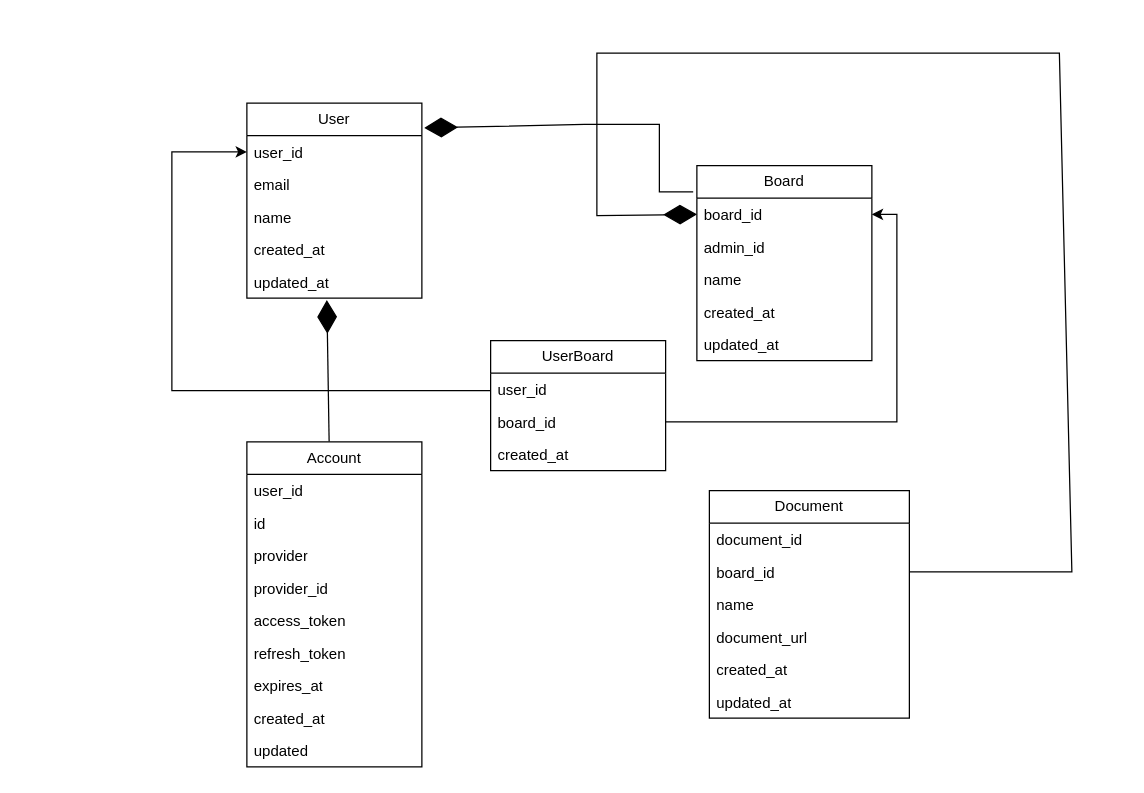
AyushMainali123/studysync keeps this draw.io diagram as db-diagram.drawio. Above is the earlier version. Source tidied: cells renumbered, new cells numbered last; positions are measured from the earlier drawing's top-left corner, leaving out a move shared by most shapes. Both pictures are drawn from the tidied source at 125%, with x=0, y=0 at pixel (171, 52).
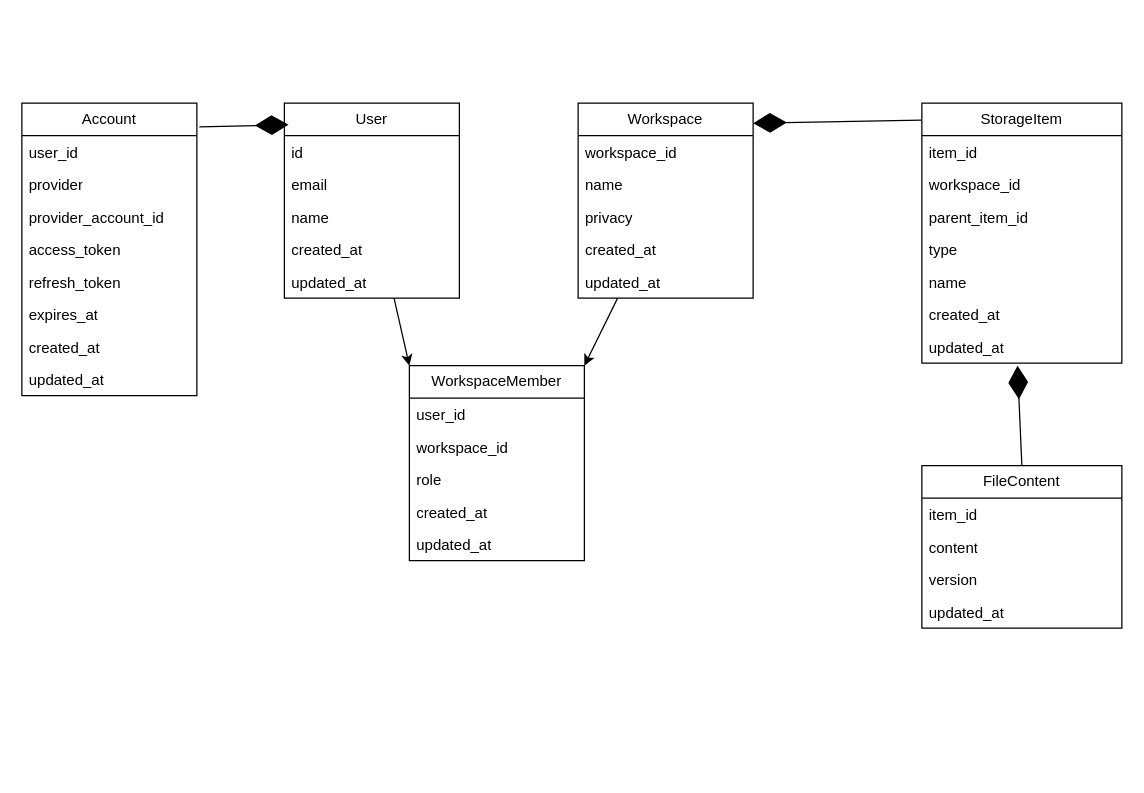
Above is the later version.

Unchanged cells that the change refers to:
```xml
<mxCell id="7" value="updated_at" style="text;strokeColor=none;fillColor=none;align=left;verticalAlign=top;spacingLeft=4;spacingRight=4;overflow=hidden;points=[[0,0.5],[1,0.5]];portConstraint=eastwest;whiteSpace=wrap;html=1;" parent="2" vertex="1">
  <mxGeometry y="130" width="140" height="26" as="geometry" />
</mxCell>
<mxCell id="16" value="user_id" style="text;strokeColor=none;fillColor=none;align=left;verticalAlign=top;spacingLeft=4;spacingRight=4;overflow=hidden;points=[[0,0.5],[1,0.5]];portConstraint=eastwest;whiteSpace=wrap;html=1;" parent="15" vertex="1">
  <mxGeometry y="26" width="140" height="26" as="geometry" />
</mxCell>
```

Diff of the diagram source:
```diff
@@
+    <mxCell id="40" style="edgeStyle=none;html=1;entryX=0;entryY=0;entryDx=0;entryDy=0;" parent="1" edge="1" source="2" target="15">
+      <mxGeometry relative="1" as="geometry" />
+    </mxCell>
     <mxCell id="2" value="User" style="swimlane;fontStyle=0;horizontal=1;startSize=26;fillColor=none;whiteSpace=wrap;html=1;" parent="1" vertex="1">
-      <mxGeometry x="60" y="40" width="140" height="156" as="geometry" />
+      <mxGeometry x="90" y="40" width="140" height="156" as="geometry" />
     </mxCell>
-    <mxCell id="3" value="user_id" style="text;strokeColor=none;fillColor=none;align=left;verticalAlign=top;spacingLeft=4;spacingRight=4;overflow=hidden;points=[[0,0.5],[1,0.5]];portConstraint=eastwest;whiteSpace=wrap;html=1;" parent="2" vertex="1">
+    <mxCell id="3" value="id" style="text;strokeColor=none;fillColor=none;align=left;verticalAlign=top;spacingLeft=4;spacingRight=4;overflow=hidden;points=[[0,0.5],[1,0.5]];portConstraint=eastwest;whiteSpace=wrap;html=1;" parent="2" vertex="1">
       <mxGeometry y="26" width="140" height="26" as="geometry" />
     </mxCell>
@@
+    <mxCell id="41" style="edgeStyle=none;html=1;entryX=1;entryY=0;entryDx=0;entryDy=0;" parent="1" edge="1" source="8" target="15">
+      <mxGeometry relative="1" as="geometry" />
+    </mxCell>
-    <mxCell id="8" value="Board" style="swimlane;fontStyle=0;horizontal=1;startSize=26;fillColor=none;whiteSpace=wrap;html=1;" parent="1" vertex="1">
-      <mxGeometry x="420" y="90" width="140" height="156" as="geometry" />
+    <mxCell id="8" value="Workspace" style="swimlane;fontStyle=0;horizontal=1;startSize=26;fillColor=none;whiteSpace=wrap;html=1;" parent="1" vertex="1">
+      <mxGeometry x="325" y="40" width="140" height="156" as="geometry" />
     </mxCell>
-    <mxCell id="9" value="board_id" style="text;strokeColor=none;fillColor=none;align=left;verticalAlign=top;spacingLeft=4;spacingRight=4;overflow=hidden;points=[[0,0.5],[1,0.5]];portConstraint=eastwest;whiteSpace=wrap;html=1;" parent="8" vertex="1">
+    <mxCell id="9" value="workspace_id" style="text;strokeColor=none;fillColor=none;align=left;verticalAlign=top;spacingLeft=4;spacingRight=4;overflow=hidden;points=[[0,0.5],[1,0.5]];portConstraint=eastwest;whiteSpace=wrap;html=1;" parent="8" vertex="1">
       <mxGeometry y="26" width="140" height="26" as="geometry" />
     </mxCell>
-    <mxCell id="10" value="admin_id" style="text;strokeColor=none;fillColor=none;align=left;verticalAlign=top;spacingLeft=4;spacingRight=4;overflow=hidden;whiteSpace=wrap;html=1;" parent="8" vertex="1">
-      <mxGeometry y="52" width="140" height="26" as="geometry" />
-    </mxCell>
     <mxCell id="11" value="name" style="text;strokeColor=none;fillColor=none;align=left;verticalAlign=top;spacingLeft=4;spacingRight=4;overflow=hidden;whiteSpace=wrap;html=1;" parent="8" vertex="1">
-      <mxGeometry y="78" width="140" height="26" as="geometry" />
+      <mxGeometry y="52" width="140" height="26" as="geometry" />
     </mxCell>
+    <mxCell id="42" value="privacy" style="text;strokeColor=none;fillColor=none;align=left;verticalAlign=top;spacingLeft=4;spacingRight=4;overflow=hidden;whiteSpace=wrap;html=1;" parent="8" vertex="1">
+      <mxGeometry y="78" width="140" height="26" as="geometry" />
+    </mxCell>
@@
-    <mxCell id="14" style="endArrow=diamondThin;endFill=1;endSize=24;html=1;rounded=0;entryX=1.014;entryY=0.127;entryDx=0;entryDy=0;entryPerimeter=0;exitX=-0.021;exitY=0.135;exitDx=0;exitDy=0;exitPerimeter=0;" parent="1" edge="1" source="8" target="2">
-      <mxGeometry relative="1" as="geometry">
-        <Array as="points">
-          <mxPoint x="390" y="111" />
-          <mxPoint x="390" y="57" />
-          <mxPoint x="330" y="57" />
-        </Array>
-      </mxGeometry>
-    </mxCell>
-    <mxCell id="15" value="UserBoard" style="swimlane;fontStyle=0;horizontal=1;startSize=26;fillColor=none;whiteSpace=wrap;html=1;" parent="1" vertex="1">
-      <mxGeometry x="255" y="230" width="140" height="104" as="geometry" />
+    <mxCell id="15" value="WorkspaceMember" style="swimlane;fontStyle=0;horizontal=1;startSize=26;fillColor=none;whiteSpace=wrap;html=1;" parent="1" vertex="1">
+      <mxGeometry x="190" y="250" width="140" height="156" as="geometry" />
     </mxCell>
@@
-    <mxCell id="17" value="board_id" style="text;strokeColor=none;fillColor=none;align=left;verticalAlign=top;spacingLeft=4;spacingRight=4;overflow=hidden;points=[[0,0.5],[1,0.5]];portConstraint=eastwest;whiteSpace=wrap;html=1;" parent="15" vertex="1">
+    <mxCell id="17" value="workspace_id" style="text;strokeColor=none;fillColor=none;align=left;verticalAlign=top;spacingLeft=4;spacingRight=4;overflow=hidden;points=[[0,0.5],[1,0.5]];portConstraint=eastwest;whiteSpace=wrap;html=1;" parent="15" vertex="1">
       <mxGeometry y="52" width="140" height="26" as="geometry" />
     </mxCell>
+    <mxCell id="43" value="role" style="text;strokeColor=none;fillColor=none;align=left;verticalAlign=top;spacingLeft=4;spacingRight=4;overflow=hidden;whiteSpace=wrap;html=1;" parent="15" vertex="1">
+      <mxGeometry y="78" width="140" height="26" as="geometry" />
+    </mxCell>
     <mxCell id="18" value="created_at" style="text;strokeColor=none;fillColor=none;align=left;verticalAlign=top;spacingLeft=4;spacingRight=4;overflow=hidden;whiteSpace=wrap;html=1;" parent="15" vertex="1">
-      <mxGeometry y="78" width="140" height="26" as="geometry" />
+      <mxGeometry y="104" width="140" height="26" as="geometry" />
     </mxCell>
-    <mxCell id="19" style="edgeStyle=orthogonalEdgeStyle;rounded=0;jettySize=auto;html=1;entryX=1;entryY=0.5;entryDx=0;entryDy=0;" parent="1" edge="1" source="17" target="9">
-      <mxGeometry relative="1" as="geometry" />
-    </mxCell>
-    <mxCell id="20" style="edgeStyle=orthogonalEdgeStyle;rounded=0;jettySize=auto;html=1;entryX=0;entryY=0.5;entryDx=0;entryDy=0;" parent="1" edge="1" source="16" target="3">
-      <mxGeometry relative="1" as="geometry">
-        <Array as="points">
-          <mxPoint y="270" />
-          <mxPoint y="79" />
-        </Array>
-      </mxGeometry>
-    </mxCell>
+    <mxCell id="44" value="updated_at" style="text;strokeColor=none;fillColor=none;align=left;verticalAlign=top;spacingLeft=4;spacingRight=4;overflow=hidden;whiteSpace=wrap;html=1;" parent="15" vertex="1">
+      <mxGeometry y="130" width="140" height="26" as="geometry" />
+    </mxCell>
-    <mxCell id="21" value="Document" style="swimlane;fontStyle=0;horizontal=1;startSize=26;fillColor=none;whiteSpace=wrap;html=1;" parent="1" vertex="1">
-      <mxGeometry x="430" y="350" width="160" height="182" as="geometry" />
+    <mxCell id="21" value="StorageItem" style="swimlane;fontStyle=0;horizontal=1;startSize=26;fillColor=none;whiteSpace=wrap;html=1;" parent="1" vertex="1">
+      <mxGeometry x="600" y="40" width="160" height="208" as="geometry" />
     </mxCell>
-    <mxCell id="22" value="document_id" style="text;strokeColor=none;fillColor=none;align=left;verticalAlign=top;spacingLeft=4;spacingRight=4;overflow=hidden;whiteSpace=wrap;html=1;" parent="21" vertex="1">
+    <mxCell id="22" value="item_id" style="text;strokeColor=none;fillColor=none;align=left;verticalAlign=top;spacingLeft=4;spacingRight=4;overflow=hidden;whiteSpace=wrap;html=1;" parent="21" vertex="1">
       <mxGeometry y="26" width="160" height="26" as="geometry" />
     </mxCell>
-    <mxCell id="23" value="board_id" style="text;strokeColor=none;fillColor=none;align=left;verticalAlign=top;spacingLeft=4;spacingRight=4;overflow=hidden;points=[[0,0.5],[1,0.5]];portConstraint=eastwest;whiteSpace=wrap;html=1;" parent="21" vertex="1">
+    <mxCell id="23" value="workspace_id" style="text;strokeColor=none;fillColor=none;align=left;verticalAlign=top;spacingLeft=4;spacingRight=4;overflow=hidden;points=[[0,0.5],[1,0.5]];portConstraint=eastwest;whiteSpace=wrap;html=1;" parent="21" vertex="1">
       <mxGeometry y="52" width="160" height="26" as="geometry" />
     </mxCell>
-    <mxCell id="24" value="name" style="text;strokeColor=none;fillColor=none;align=left;verticalAlign=top;spacingLeft=4;spacingRight=4;overflow=hidden;whiteSpace=wrap;html=1;" parent="21" vertex="1">
+    <mxCell id="24" value="parent_item_id" style="text;strokeColor=none;fillColor=none;align=left;verticalAlign=top;spacingLeft=4;spacingRight=4;overflow=hidden;whiteSpace=wrap;html=1;" parent="21" vertex="1">
       <mxGeometry y="78" width="160" height="26" as="geometry" />
     </mxCell>
-    <mxCell id="25" value="document_url" style="text;strokeColor=none;fillColor=none;align=left;verticalAlign=top;spacingLeft=4;spacingRight=4;overflow=hidden;whiteSpace=wrap;html=1;" parent="21" vertex="1">
+    <mxCell id="25" value="type" style="text;strokeColor=none;fillColor=none;align=left;verticalAlign=top;spacingLeft=4;spacingRight=4;overflow=hidden;whiteSpace=wrap;html=1;" parent="21" vertex="1">
       <mxGeometry y="104" width="160" height="26" as="geometry" />
     </mxCell>
-    <mxCell id="26" value="created_at" style="text;strokeColor=none;fillColor=none;align=left;verticalAlign=top;spacingLeft=4;spacingRight=4;overflow=hidden;whiteSpace=wrap;html=1;" parent="21" vertex="1">
+    <mxCell id="26" value="name" style="text;strokeColor=none;fillColor=none;align=left;verticalAlign=top;spacingLeft=4;spacingRight=4;overflow=hidden;whiteSpace=wrap;html=1;" parent="21" vertex="1">
       <mxGeometry y="130" width="160" height="26" as="geometry" />
     </mxCell>
-    <mxCell id="27" value="updated_at" style="text;strokeColor=none;fillColor=none;align=left;verticalAlign=top;spacingLeft=4;spacingRight=4;overflow=hidden;whiteSpace=wrap;html=1;" parent="21" vertex="1">
-      <mxGeometry y="156" width="160" height="26" as="geometry" />
-    </mxCell>
-    <mxCell id="28" style="endArrow=diamondThin;endFill=1;endSize=24;html=1;rounded=0;entryX=0;entryY=0.5;entryDx=0;entryDy=0;exitX=1;exitY=0.5;exitDx=0;exitDy=0;" parent="1" edge="1" source="23" target="9">
-      <mxGeometry relative="1" as="geometry">
-        <Array as="points">
-          <mxPoint x="720" y="415" />
-          <mxPoint x="710" />
-          <mxPoint x="420" />
-          <mxPoint x="340" />
-          <mxPoint x="340" y="70" />
-          <mxPoint x="340" y="100" />
-          <mxPoint x="340" y="130" />
-        </Array>
-      </mxGeometry>
-    </mxCell>
+    <mxCell id="45" value="created_at" style="text;strokeColor=none;fillColor=none;align=left;verticalAlign=top;spacingLeft=4;spacingRight=4;overflow=hidden;whiteSpace=wrap;html=1;" parent="21" vertex="1">
+      <mxGeometry y="156" width="160" height="26" as="geometry" />
+    </mxCell>
+    <mxCell id="46" value="updated_at" style="text;strokeColor=none;fillColor=none;align=left;verticalAlign=top;spacingLeft=4;spacingRight=4;overflow=hidden;points=[[0,0.5],[1,0.5]];portConstraint=eastwest;whiteSpace=wrap;html=1;" parent="21" vertex="1">
+      <mxGeometry y="182" width="160" height="26" as="geometry" />
+    </mxCell>
     <mxCell id="29" value="Account" style="swimlane;fontStyle=0;horizontal=1;startSize=26;fillColor=none;whiteSpace=wrap;html=1;" parent="1" vertex="1">
-      <mxGeometry x="60" y="311" width="140" height="260" as="geometry" />
+      <mxGeometry x="-120" y="40" width="140" height="234" as="geometry" />
     </mxCell>
@@
-    <mxCell id="31" value="id" style="text;strokeColor=none;fillColor=none;align=left;verticalAlign=top;spacingLeft=4;spacingRight=4;overflow=hidden;whiteSpace=wrap;html=1;" parent="29" vertex="1">
-      <mxGeometry y="52" width="140" height="26" as="geometry" />
-    </mxCell>
     <mxCell id="32" value="provider" style="text;strokeColor=none;fillColor=none;align=left;verticalAlign=top;spacingLeft=4;spacingRight=4;overflow=hidden;whiteSpace=wrap;html=1;" parent="29" vertex="1">
-      <mxGeometry y="78" width="140" height="26" as="geometry" />
+      <mxGeometry y="52" width="140" height="26" as="geometry" />
     </mxCell>
-    <mxCell id="33" value="provider_id" style="text;strokeColor=none;fillColor=none;align=left;verticalAlign=top;spacingLeft=4;spacingRight=4;overflow=hidden;whiteSpace=wrap;html=1;" parent="29" vertex="1">
-      <mxGeometry y="104" width="140" height="26" as="geometry" />
+    <mxCell id="33" value="provider_account_id" style="text;strokeColor=none;fillColor=none;align=left;verticalAlign=top;spacingLeft=4;spacingRight=4;overflow=hidden;whiteSpace=wrap;html=1;" parent="29" vertex="1">
+      <mxGeometry y="78" width="140" height="26" as="geometry" />
     </mxCell>
     <mxCell id="34" value="access_token" style="text;strokeColor=none;fillColor=none;align=left;verticalAlign=top;spacingLeft=4;spacingRight=4;overflow=hidden;whiteSpace=wrap;html=1;" parent="29" vertex="1">
-      <mxGeometry y="130" width="140" height="26" as="geometry" />
+      <mxGeometry y="104" width="140" height="26" as="geometry" />
     </mxCell>
     <mxCell id="35" value="refresh_token" style="text;strokeColor=none;fillColor=none;align=left;verticalAlign=top;spacingLeft=4;spacingRight=4;overflow=hidden;whiteSpace=wrap;html=1;" parent="29" vertex="1">
-      <mxGeometry y="156" width="140" height="26" as="geometry" />
+      <mxGeometry y="130" width="140" height="26" as="geometry" />
     </mxCell>
     <mxCell id="36" value="expires_at" style="text;strokeColor=none;fillColor=none;align=left;verticalAlign=top;spacingLeft=4;spacingRight=4;overflow=hidden;whiteSpace=wrap;html=1;" parent="29" vertex="1">
-      <mxGeometry y="182" width="140" height="26" as="geometry" />
+      <mxGeometry y="156" width="140" height="26" as="geometry" />
     </mxCell>
     <mxCell id="37" value="created_at" style="text;strokeColor=none;fillColor=none;align=left;verticalAlign=top;spacingLeft=4;spacingRight=4;overflow=hidden;whiteSpace=wrap;html=1;" parent="29" vertex="1">
-      <mxGeometry y="208" width="140" height="26" as="geometry" />
+      <mxGeometry y="182" width="140" height="26" as="geometry" />
     </mxCell>
-    <mxCell id="38" value="updated" style="text;strokeColor=none;fillColor=none;align=left;verticalAlign=top;spacingLeft=4;spacingRight=4;overflow=hidden;whiteSpace=wrap;html=1;" parent="29" vertex="1">
-      <mxGeometry y="234" width="140" height="26" as="geometry" />
+    <mxCell id="38" value="updated_at" style="text;strokeColor=none;fillColor=none;align=left;verticalAlign=top;spacingLeft=4;spacingRight=4;overflow=hidden;whiteSpace=wrap;html=1;" parent="29" vertex="1">
+      <mxGeometry y="208" width="140" height="26" as="geometry" />
     </mxCell>
-    <mxCell id="39" style="endArrow=diamondThin;endFill=1;endSize=24;html=1;rounded=0;entryX=0.457;entryY=1.06;entryDx=0;entryDy=0;entryPerimeter=0;exitX=0.47;exitY=-0.001;exitDx=0;exitDy=0;exitPerimeter=0;" parent="1" edge="1" source="29" target="7">
+    <mxCell id="39" style="endArrow=diamondThin;endFill=1;endSize=24;html=1;rounded=0;exitX=1.014;exitY=0.081;exitDx=0;exitDy=0;exitPerimeter=0;entryX=0.024;entryY=0.111;entryDx=0;entryDy=0;entryPerimeter=0;" parent="1" edge="1" source="29" target="2">
       <mxGeometry relative="1" as="geometry" />
     </mxCell>
+    <mxCell id="47" value="FileContent" style="swimlane;fontStyle=0;horizontal=1;startSize=26;fillColor=none;whiteSpace=wrap;html=1;" parent="1" vertex="1">
+      <mxGeometry x="600" y="330" width="160" height="130" as="geometry" />
+    </mxCell>
+    <mxCell id="48" value="item_id" style="text;strokeColor=none;fillColor=none;align=left;verticalAlign=top;spacingLeft=4;spacingRight=4;overflow=hidden;whiteSpace=wrap;html=1;" parent="47" vertex="1">
+      <mxGeometry y="26" width="160" height="26" as="geometry" />
+    </mxCell>
+    <mxCell id="49" value="content" style="text;strokeColor=none;fillColor=none;align=left;verticalAlign=top;spacingLeft=4;spacingRight=4;overflow=hidden;whiteSpace=wrap;html=1;" parent="47" vertex="1">
+      <mxGeometry y="52" width="160" height="26" as="geometry" />
+    </mxCell>
+    <mxCell id="50" value="version" style="text;strokeColor=none;fillColor=none;align=left;verticalAlign=top;spacingLeft=4;spacingRight=4;overflow=hidden;whiteSpace=wrap;html=1;" parent="47" vertex="1">
+      <mxGeometry y="78" width="160" height="26" as="geometry" />
+    </mxCell>
+    <mxCell id="51" value="updated_at" style="text;strokeColor=none;fillColor=none;align=left;verticalAlign=top;spacingLeft=4;spacingRight=4;overflow=hidden;whiteSpace=wrap;html=1;" parent="47" vertex="1">
+      <mxGeometry y="104" width="160" height="26" as="geometry" />
+    </mxCell>
+    <mxCell id="52" style="endArrow=diamondThin;endFill=1;endSize=24;html=1;entryX=1;entryY=0.103;entryDx=0;entryDy=0;entryPerimeter=0;exitX=-0.002;exitY=0.065;exitDx=0;exitDy=0;exitPerimeter=0;" parent="1" edge="1" source="21" target="8">
+      <mxGeometry relative="1" as="geometry" />
+    </mxCell>
+    <mxCell id="53" style="endArrow=diamondThin;endFill=1;endSize=24;html=1;entryX=0.478;entryY=1.077;entryDx=0;entryDy=0;entryPerimeter=0;exitX=0.5;exitY=0;exitDx=0;exitDy=0;" parent="1" edge="1" source="47" target="46">
+      <mxGeometry relative="1" as="geometry" />
+    </mxCell>
```
